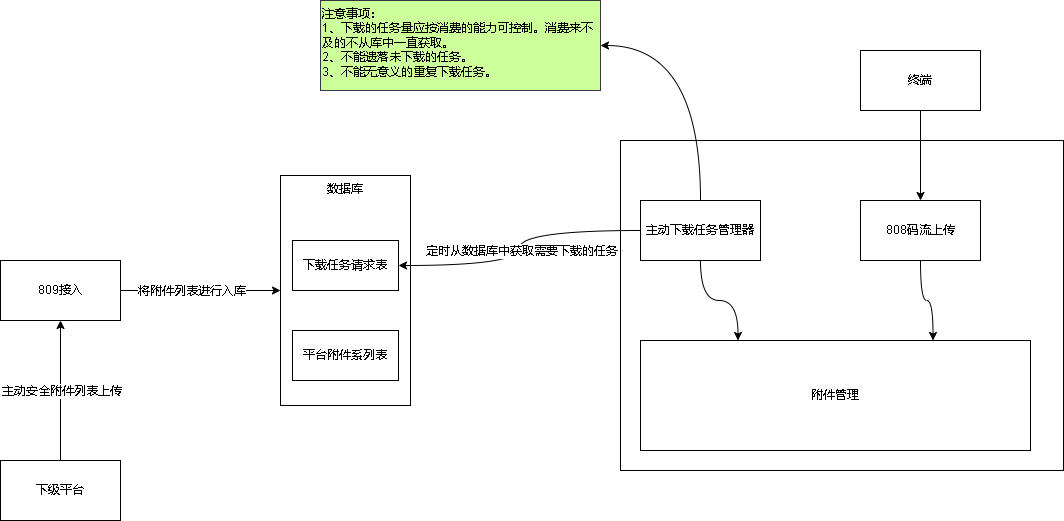
xktder/draw keeps this draw.io diagram as 809上传附件列表支持下载.drawio.png. Above is the earlier version. Source tidied: cells renumbered, new cells last; positions are measured from the earlier drawing's top-left corner, leaving out a move shared by most shapes.
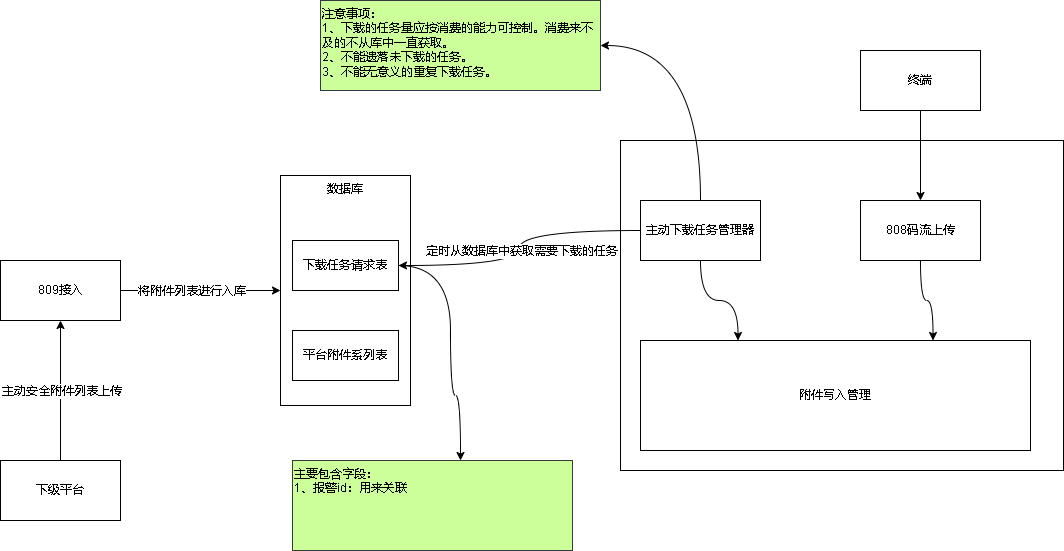
After the commit.

Commit message:
更新809上传附件列表支持下载.drawio.png

The edit, as a diff of the source:
```diff
@@ -27,6 +27,15 @@
     <mxCell id="8" value="数据库" style="rounded=0;whiteSpace=wrap;html=1;verticalAlign=top;" parent="1" vertex="1">
       <mxGeometry x="280" y="175" width="130" height="230" as="geometry" />
     </mxCell>
+    <mxCell id="23" style="edgeStyle=orthogonalEdgeStyle;rounded=0;jettySize=auto;html=1;curved=1;" parent="1" edge="1" source="9" target="24">
+      <mxGeometry relative="1" as="geometry">
+        <Array as="points">
+          <mxPoint x="450" y="265" />
+          <mxPoint x="450" y="395" />
+          <mxPoint x="460" y="395" />
+        </Array>
+      </mxGeometry>
+    </mxCell>
     <mxCell id="9" value="下载任务请求表" style="rounded=0;whiteSpace=wrap;html=1;" parent="1" vertex="1">
       <mxGeometry x="292" y="240" width="106" height="50" as="geometry" />
     </mxCell>
@@ -53,7 +62,7 @@
     <mxCell id="16" value="主动下载任务管理器" style="rounded=0;whiteSpace=wrap;html=1;" parent="1" vertex="1">
       <mxGeometry x="640" y="200" width="120" height="60" as="geometry" />
     </mxCell>
-    <mxCell id="17" value="附件管理" style="rounded=0;whiteSpace=wrap;html=1;" parent="1" vertex="1">
+    <mxCell id="17" value="附件写入管理" style="rounded=0;whiteSpace=wrap;html=1;" parent="1" vertex="1">
       <mxGeometry x="640" y="340" width="390" height="110" as="geometry" />
     </mxCell>
     <mxCell id="18" style="edgeStyle=orthogonalEdgeStyle;rounded=0;jettySize=auto;html=1;entryX=0.75;entryY=0;entryDx=0;entryDy=0;curved=1;" parent="1" edge="1" source="19" target="17">
@@ -71,5 +80,8 @@
     <mxCell id="22" value="注意事项：&lt;br&gt;1、下载的任务量应按消费的能力可控制。消费来不及的不从库中一直获取。&lt;br&gt;2、不能遗落未下载的任务。&lt;br&gt;3、不能无意义的重复下载任务。" style="rounded=0;whiteSpace=wrap;html=1;fillColor=#CCFF99;strokeColor=#36393d;verticalAlign=top;align=left;" parent="1" vertex="1">
       <mxGeometry x="320" width="280" height="90" as="geometry" />
     </mxCell>
+    <mxCell id="24" value="主要包含字段：&lt;br&gt;1、报警id：用来关联" style="rounded=0;whiteSpace=wrap;html=1;fillColor=#CCFF99;strokeColor=#36393d;verticalAlign=top;align=left;" parent="1" vertex="1">
+      <mxGeometry x="292" y="460" width="280" height="90" as="geometry" />
+    </mxCell>
   </root>
 </mxGraphModel>
```
